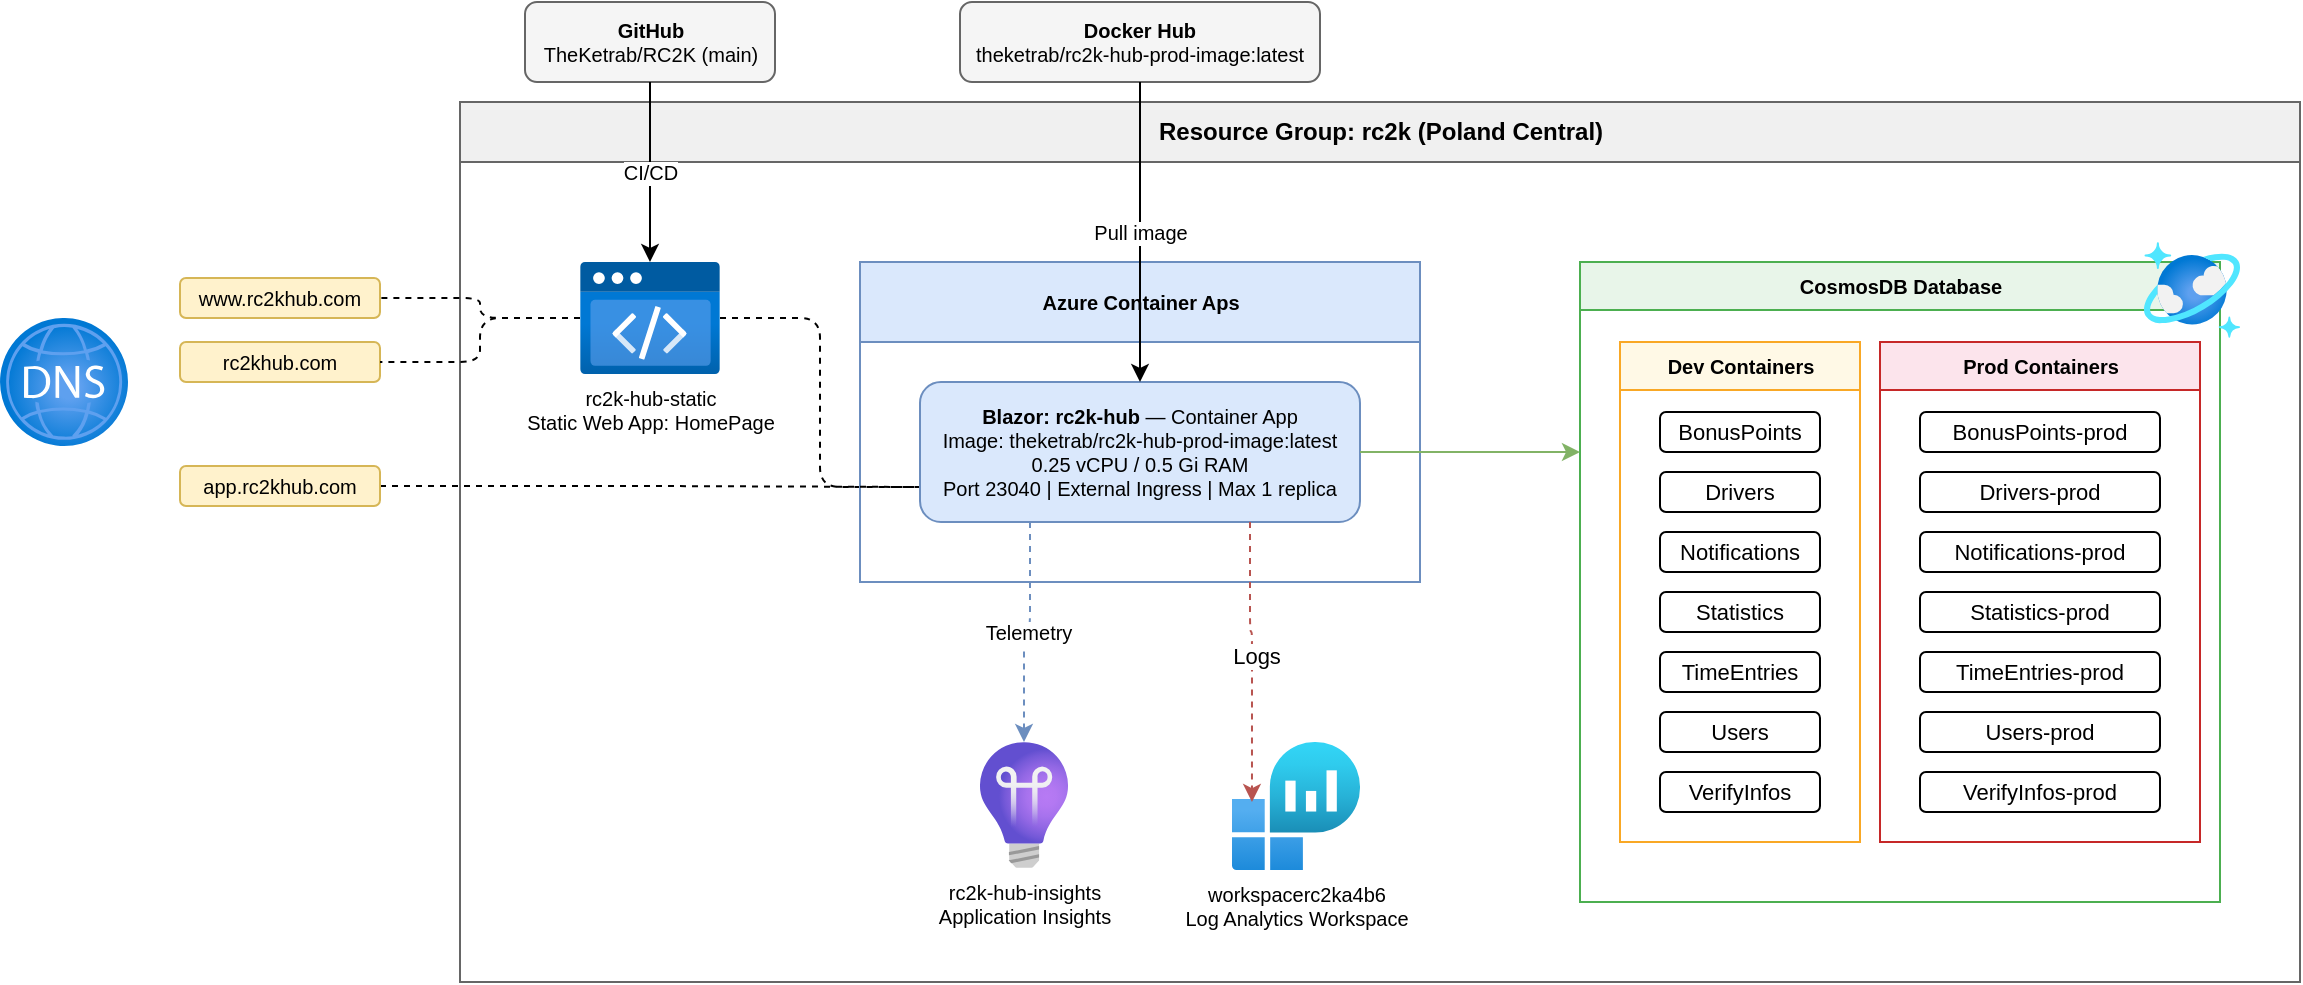
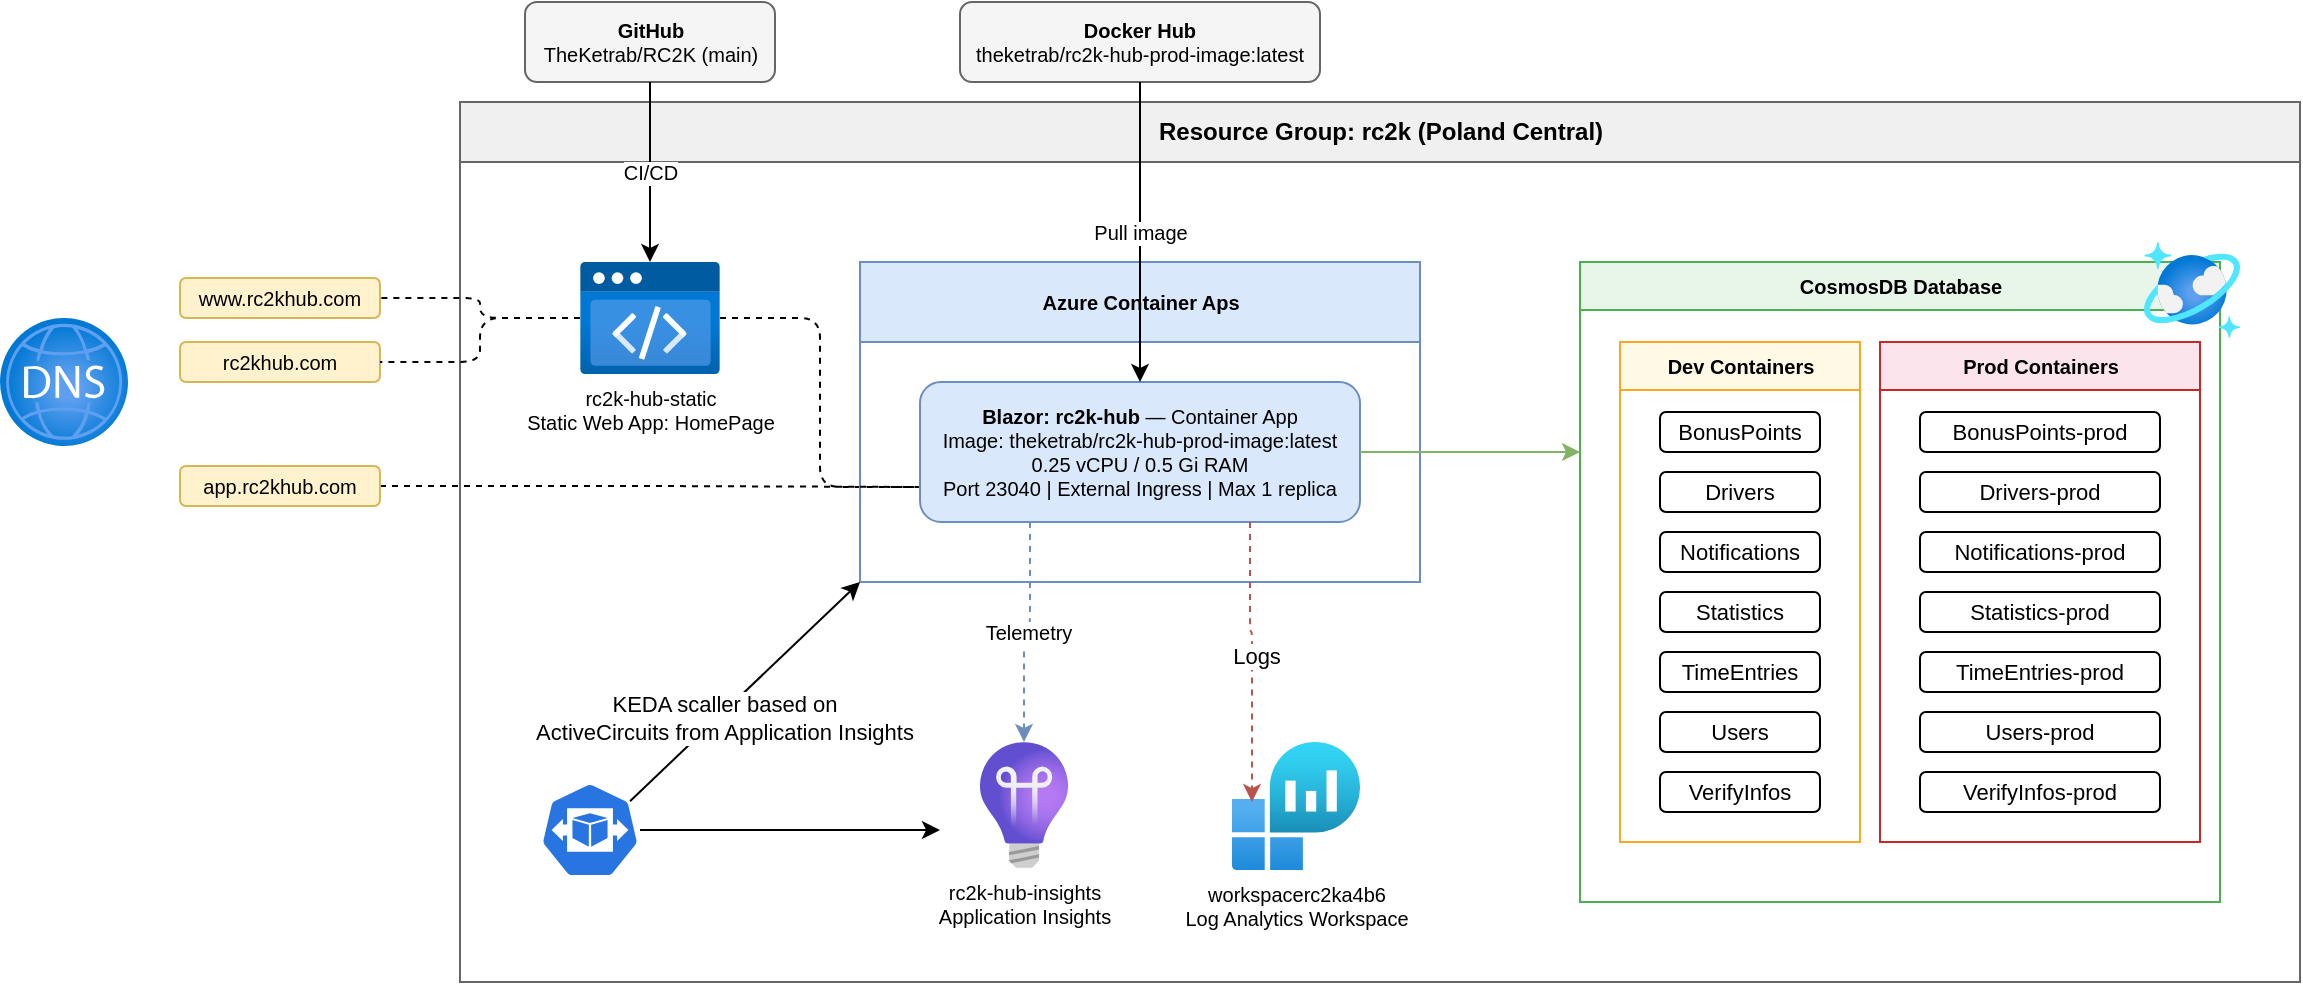
- <mxfile host="app.diagrams.net" agent="Mozilla/5.0 (Windows NT 10.0; Win64; x64) AppleWebKit/537.36 (KHTML, like Gecko) Chrome/147.0.0.0 Safari/537.36" version="29.4.0">
+ <mxfile host="app.diagrams.net" agent="Mozilla/5.0 (Windows NT 10.0; Win64; x64) AppleWebKit/537.36 (KHTML, like Gecko) Chrome/147.0.0.0 Safari/537.36">
  <diagram name="Infrastructure" id="0">
-     <mxGraphModel dx="1303" dy="1879" grid="1" gridSize="10" guides="1" tooltips="1" connect="1" arrows="1" fold="1" page="1" pageScale="1" pageWidth="850" pageHeight="1100" math="0" shadow="0" adaptiveColors="auto">
+     <mxGraphModel dx="1356" dy="1811" grid="1" gridSize="10" guides="1" tooltips="1" connect="1" arrows="1" fold="1" page="1" pageScale="1" pageWidth="850" pageHeight="1100" math="0" shadow="0" adaptiveColors="auto">
      <root>
        <mxCell id="0" />
        <mxCell id="1" parent="0" />
        <mxCell id="github" parent="1" style="rounded=1;whiteSpace=wrap;html=1;fillColor=#f5f5f5;strokeColor=#666;fontSize=10;" value="&lt;b&gt;GitHub&lt;/b&gt;&lt;br&gt;TheKetrab/RC2K (main)" vertex="1">
          <mxGeometry height="40" width="125" x="352.5" y="-50" as="geometry" />
        </mxCell>
        <mxCell id="rg" parent="1" style="swimlane;startSize=30;fillColor=#f0f0f0;strokeColor=#666;fontStyle=1;fontSize=12;html=1;" value="Resource Group: rc2k (Poland Central)" vertex="1">
          <mxGeometry height="440" width="920" x="320" as="geometry" />
        </mxCell>
        <mxCell id="7YTdENLwkg_4zrXQpxOl-6" edge="1" parent="rg" source="swa" style="edgeStyle=orthogonalEdgeStyle;rounded=1;orthogonalLoop=1;jettySize=auto;html=1;entryX=0;entryY=0.75;entryDx=0;entryDy=0;dashed=1;strokeColor=default;align=center;verticalAlign=middle;fontFamily=Helvetica;fontSize=11;fontColor=default;labelBackgroundColor=default;endArrow=none;" target="ca">
          <mxGeometry relative="1" as="geometry" />
        </mxCell>
        <mxCell id="swa" parent="rg" style="image;aspect=fixed;html=1;points=[];align=center;fontSize=10;image=img/lib/azure2/preview/Static_Apps.svg;verticalLabelPosition=bottom;verticalAlign=top;" value="rc2k-hub-static&lt;br&gt;Static Web App: HomePage" vertex="1">
          <mxGeometry height="56" width="70" x="60" y="80" as="geometry" />
        </mxCell>
        <mxCell id="cae" parent="rg" style="swimlane;startSize=40;fillColor=#dae8fc;strokeColor=#6c8ebf;html=1;fontStyle=1;fontSize=10;" value="Azure Container Aps" vertex="1">
          <mxGeometry height="160" width="280" x="200" y="80" as="geometry" />
        </mxCell>
        <mxCell id="ca" parent="cae" style="rounded=1;whiteSpace=wrap;html=1;fillColor=#dae8fc;strokeColor=#6c8ebf;fontSize=10;" value="&lt;b&gt;Blazor: rc2k-hub&lt;/b&gt; — Container App&lt;br&gt;Image: theketrab/rc2k-hub-prod-image:latest&lt;br&gt;0.25 vCPU / 0.5 Gi RAM&lt;br&gt;Port 23040 | External Ingress | Max 1 replica" vertex="1">
          <mxGeometry height="70" width="220" x="30" y="60" as="geometry" />
        </mxCell>
        <mxCell id="law" parent="rg" style="image;aspect=fixed;html=1;points=[];align=center;fontSize=10;image=img/lib/azure2/analytics/Log_Analytics_Workspaces.svg;verticalLabelPosition=bottom;verticalAlign=top;" value="workspacerc2ka4b6&#xa;Log Analytics Workspace" vertex="1">
          <mxGeometry height="64" width="64" x="386" y="320" as="geometry" />
        </mxCell>
        <mxCell id="ai" parent="rg" style="image;aspect=fixed;html=1;points=[];align=center;fontSize=10;image=img/lib/azure2/devops/Application_Insights.svg;verticalLabelPosition=bottom;verticalAlign=top;" value="rc2k-hub-insights&#xa;Application Insights" vertex="1">
          <mxGeometry height="63" width="44" x="260" y="320" as="geometry" />
        </mxCell>
        <mxCell id="e-ai-ag" edge="1" parent="rg" source="ca" style="edgeStyle=orthogonalEdgeStyle;rounded=1;html=1;dashed=1;strokeColor=#b85450;fontSize=10;exitX=0.75;exitY=1;exitDx=0;exitDy=0;entryX=0.156;entryY=0.469;entryDx=0;entryDy=0;entryPerimeter=0;" target="law" value="">
          <mxGeometry relative="1" as="geometry">
            <mxPoint x="440" y="355.47368421052624" as="targetPoint" />
          </mxGeometry>
        </mxCell>
        <mxCell id="7YTdENLwkg_4zrXQpxOl-8" connectable="0" parent="e-ai-ag" style="edgeLabel;html=1;align=center;verticalAlign=middle;resizable=0;points=[];" value="Logs" vertex="1">
          <mxGeometry relative="1" x="-0.0427" y="2" as="geometry">
            <mxPoint as="offset" />
          </mxGeometry>
        </mxCell>
        <mxCell id="sqldb" parent="rg" style="swimlane;startSize=24;fillColor=#e8f5e9;strokeColor=#4caf50;html=1;fontSize=10;" value="CosmosDB Database" vertex="1">
          <mxGeometry height="320" width="320" x="560" y="80" as="geometry" />
        </mxCell>
        <mxCell id="devgrp" parent="sqldb" style="swimlane;startSize=24;fillColor=#fff9e6;strokeColor=#f9a825;html=1;fontSize=10;" value="Dev Containers" vertex="1">
          <mxGeometry height="250" width="120" x="20" y="40" as="geometry" />
        </mxCell>
        <mxCell id="dc1" parent="devgrp" style="rounded=1;whiteSpace=wrap;html=1;fillColor=#fff;fontSize=11;" value="BonusPoints" vertex="1">
          <mxGeometry height="20" width="80" x="20" y="35" as="geometry" />
        </mxCell>
        <mxCell id="dc2" parent="devgrp" style="rounded=1;whiteSpace=wrap;html=1;fillColor=#fff;fontSize=11;" value="Drivers" vertex="1">
          <mxGeometry height="20" width="80" x="20" y="65" as="geometry" />
        </mxCell>
        <mxCell id="dc3" parent="devgrp" style="rounded=1;whiteSpace=wrap;html=1;fillColor=#fff;fontSize=11;" value="Notifications" vertex="1">
          <mxGeometry height="20" width="80" x="20" y="95" as="geometry" />
        </mxCell>
        <mxCell id="dc4" parent="devgrp" style="rounded=1;whiteSpace=wrap;html=1;fillColor=#fff;fontSize=11;" value="Statistics" vertex="1">
          <mxGeometry height="20" width="80" x="20" y="125" as="geometry" />
        </mxCell>
        <mxCell id="dc5" parent="devgrp" style="rounded=1;whiteSpace=wrap;html=1;fillColor=#fff;fontSize=11;" value="TimeEntries" vertex="1">
          <mxGeometry height="20" width="80" x="20" y="155" as="geometry" />
        </mxCell>
        <mxCell id="dc6" parent="devgrp" style="rounded=1;whiteSpace=wrap;html=1;fillColor=#fff;fontSize=11;aspect=fixed;" value="Users" vertex="1">
          <mxGeometry height="20" width="80" x="20" y="185" as="geometry" />
        </mxCell>
        <mxCell id="dc7" parent="devgrp" style="rounded=1;whiteSpace=wrap;html=1;fillColor=#fff;fontSize=11;" value="VerifyInfos" vertex="1">
          <mxGeometry height="20" width="80" x="20" y="215" as="geometry" />
        </mxCell>
        <mxCell id="prodgrp" parent="sqldb" style="swimlane;startSize=24;fillColor=#fce4ec;strokeColor=#c62828;html=1;fontSize=10;" value="Prod Containers" vertex="1">
          <mxGeometry height="250" width="160" x="150" y="40" as="geometry">
            <mxRectangle height="30" width="110" x="150" y="75" as="alternateBounds" />
          </mxGeometry>
        </mxCell>
        <mxCell id="pc1" parent="prodgrp" style="rounded=1;whiteSpace=wrap;html=1;fillColor=#fff;fontSize=11;" value="BonusPoints-prod" vertex="1">
          <mxGeometry height="20" width="120" x="20" y="35" as="geometry" />
        </mxCell>
        <mxCell id="pc2" parent="prodgrp" style="rounded=1;whiteSpace=wrap;html=1;fillColor=#fff;fontSize=11;" value="Drivers-prod" vertex="1">
          <mxGeometry height="20" width="120" x="20" y="65" as="geometry" />
        </mxCell>
        <mxCell id="pc3" parent="prodgrp" style="rounded=1;whiteSpace=wrap;html=1;fillColor=#fff;fontSize=11;" value="Notifications-prod" vertex="1">
          <mxGeometry height="20" width="120" x="20" y="95" as="geometry" />
        </mxCell>
        <mxCell id="pc4" parent="prodgrp" style="rounded=1;whiteSpace=wrap;html=1;fillColor=#fff;fontSize=11;" value="Statistics-prod" vertex="1">
          <mxGeometry height="20" width="120" x="20" y="125" as="geometry" />
        </mxCell>
        <mxCell id="pc5" parent="prodgrp" style="rounded=1;whiteSpace=wrap;html=1;fillColor=#fff;fontSize=11;" value="TimeEntries-prod" vertex="1">
          <mxGeometry height="20" width="120" x="20" y="155" as="geometry" />
        </mxCell>
        <mxCell id="pc6" parent="prodgrp" style="rounded=1;whiteSpace=wrap;html=1;fillColor=#fff;fontSize=11;" value="Users-prod" vertex="1">
          <mxGeometry height="20" width="120" x="20" y="185" as="geometry" />
        </mxCell>
        <mxCell id="pc7" parent="prodgrp" style="rounded=1;whiteSpace=wrap;html=1;fillColor=#fff;fontSize=11;" value="VerifyInfos-prod" vertex="1">
          <mxGeometry height="20" width="120" x="20" y="215" as="geometry" />
        </mxCell>
        <mxCell id="cosmosicon" parent="sqldb" style="image;aspect=fixed;html=1;points=[];align=center;image=img/lib/azure2/databases/Azure_Cosmos_DB.svg;" value="" vertex="1">
          <mxGeometry height="48" width="48" x="282" y="-10" as="geometry" />
        </mxCell>
        <mxCell id="e-ca-cosmos" edge="1" parent="rg" source="ca" style="edgeStyle=orthogonalEdgeStyle;rounded=1;html=1;strokeColor=#82b366;fontSize=10;" value="">
          <mxGeometry relative="1" as="geometry">
            <mxPoint x="560" y="175" as="targetPoint" />
          </mxGeometry>
        </mxCell>
+         <mxCell id="rikhsXb2l1tQJBJ6Xy2O-2" edge="1" parent="rg" source="rikhsXb2l1tQJBJ6Xy2O-1" style="edgeStyle=orthogonalEdgeStyle;rounded=0;orthogonalLoop=1;jettySize=auto;html=1;">
+           <mxGeometry relative="1" as="geometry">
+             <mxPoint x="240.00000000000023" y="364" as="targetPoint" />
+           </mxGeometry>
+         </mxCell>
+         <mxCell id="rikhsXb2l1tQJBJ6Xy2O-3" edge="1" parent="rg" source="rikhsXb2l1tQJBJ6Xy2O-1" style="rounded=0;orthogonalLoop=1;jettySize=auto;html=1;exitX=0.9;exitY=0.2;exitDx=0;exitDy=0;exitPerimeter=0;entryX=0;entryY=1;entryDx=0;entryDy=0;" target="cae">
+           <mxGeometry relative="1" as="geometry" />
+         </mxCell>
+         <mxCell id="rikhsXb2l1tQJBJ6Xy2O-4" connectable="0" parent="rikhsXb2l1tQJBJ6Xy2O-3" style="edgeLabel;html=1;align=center;verticalAlign=middle;resizable=0;points=[];" value="KEDA scaller based on &lt;br&gt;ActiveCircuits from Application Insights" vertex="1">
+           <mxGeometry relative="1" x="-0.2057" y="-2" as="geometry">
+             <mxPoint as="offset" />
+           </mxGeometry>
+         </mxCell>
+         <mxCell id="rikhsXb2l1tQJBJ6Xy2O-1" parent="rg" style="aspect=fixed;sketch=0;html=1;dashed=0;whitespace=wrap;verticalLabelPosition=bottom;verticalAlign=top;fillColor=#2875E2;strokeColor=#ffffff;points=[[0.005,0.63,0],[0.1,0.2,0],[0.9,0.2,0],[0.5,0,0],[0.995,0.63,0],[0.72,0.99,0],[0.5,1,0],[0.28,0.99,0]];shape=mxgraph.kubernetes.icon2;prIcon=hpa" value="" vertex="1">
+           <mxGeometry height="48" width="50" x="40" y="340" as="geometry" />
+         </mxCell>
        <mxCell id="e-ca-ai" edge="1" parent="1" source="ca" style="edgeStyle=orthogonalEdgeStyle;rounded=1;html=1;strokeColor=#6c8ebf;dashed=1;fontSize=10;exitX=0.25;exitY=1;exitDx=0;exitDy=0;" target="ai" value="Telemetry">
          <mxGeometry relative="1" as="geometry" />
        </mxCell>
        <mxCell id="e-gh-swa" edge="1" parent="1" source="github" style="edgeStyle=orthogonalEdgeStyle;rounded=1;html=1;fontSize=10;" target="swa" value="CI/CD">
          <mxGeometry relative="1" as="geometry" />
        </mxCell>
        <mxCell id="dockerhub" parent="1" style="rounded=1;whiteSpace=wrap;html=1;fillColor=#f5f5f5;strokeColor=#666;fontSize=10;" value="&lt;b&gt;Docker Hub&lt;/b&gt;&lt;br&gt;theketrab/rc2k-hub-prod-image:latest" vertex="1">
          <mxGeometry height="40" width="180" x="570" y="-50" as="geometry" />
        </mxCell>
        <mxCell id="e-dh-ca" edge="1" parent="1" source="dockerhub" style="edgeStyle=orthogonalEdgeStyle;rounded=1;html=1;fontSize=10;" target="ca" value="Pull image">
          <mxGeometry relative="1" as="geometry" />
        </mxCell>
        <mxCell id="dom1" parent="1" style="rounded=1;whiteSpace=wrap;html=1;fillColor=#fff2cc;strokeColor=#d6b656;fontSize=10;" value="rc2khub.com" vertex="1">
          <mxGeometry height="20" width="100" x="180" y="120" as="geometry" />
        </mxCell>
        <mxCell id="e-swa-dom1" edge="1" parent="1" source="swa" style="edgeStyle=orthogonalEdgeStyle;dashed=1;endArrow=none;html=1;" target="dom1">
          <mxGeometry relative="1" as="geometry" />
        </mxCell>
        <mxCell id="dom2" parent="1" style="rounded=1;whiteSpace=wrap;html=1;fillColor=#fff2cc;strokeColor=#d6b656;fontSize=10;" value="www.rc2khub.com" vertex="1">
          <mxGeometry height="20" width="100" x="180" y="88" as="geometry" />
        </mxCell>
        <mxCell id="e-swa-dom2" edge="1" parent="1" source="swa" style="edgeStyle=orthogonalEdgeStyle;dashed=1;endArrow=none;html=1;" target="dom2">
          <mxGeometry relative="1" as="geometry" />
        </mxCell>
        <mxCell id="7YTdENLwkg_4zrXQpxOl-5" edge="1" parent="1" source="7YTdENLwkg_4zrXQpxOl-4" style="edgeStyle=orthogonalEdgeStyle;rounded=1;orthogonalLoop=1;jettySize=auto;html=1;entryX=0;entryY=0.75;entryDx=0;entryDy=0;dashed=1;strokeColor=default;align=center;verticalAlign=middle;fontFamily=Helvetica;fontSize=11;fontColor=default;labelBackgroundColor=default;endArrow=none;" target="ca">
          <mxGeometry relative="1" as="geometry" />
        </mxCell>
        <mxCell id="7YTdENLwkg_4zrXQpxOl-4" parent="1" style="rounded=1;whiteSpace=wrap;html=1;fillColor=#fff2cc;strokeColor=#d6b656;fontSize=10;" value="app.rc2khub.com" vertex="1">
          <mxGeometry height="20" width="100" x="180" y="182" as="geometry" />
        </mxCell>
        <mxCell id="7YTdENLwkg_4zrXQpxOl-7" parent="1" style="image;aspect=fixed;html=1;points=[];align=center;fontSize=12;image=img/lib/azure2/networking/DNS_Zones.svg;" value="" vertex="1">
          <mxGeometry height="64" width="64" x="90" y="108" as="geometry" />
        </mxCell>
      </root>
    </mxGraphModel>
  </diagram>
</mxfile>
